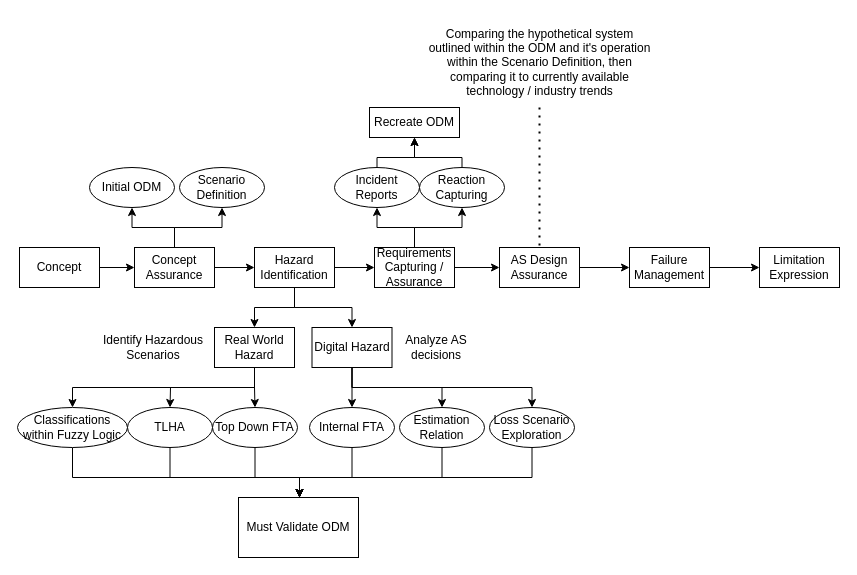
TortoiseFather/SimpleRailwaySim keeps this draw.io diagram as SACE-Rail.drawio. Above is the earlier version. Source tidied: cells renumbered, new cells numbered last; positions are measured from the earlier drawing's top-left corner, leaving out a move shared by most shapes. Both pictures are drawn from the tidied source at 100%, with x=0, y=0 at pixel (17, 17).
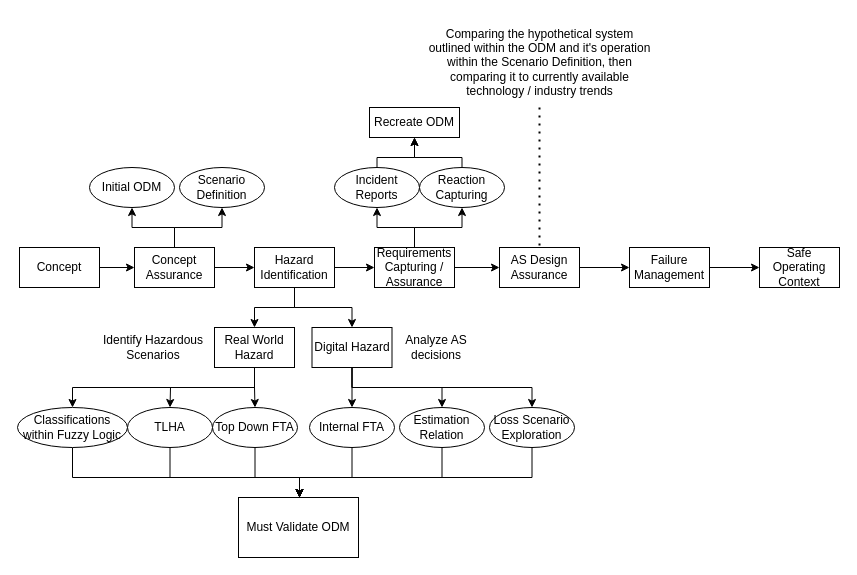
Above is the later version.

What changed in the source:
```diff
@@
-    <mxCell id="49" value="Limitation Expression" style="rounded=0;whiteSpace=wrap;html=1;" parent="1" vertex="1">
+    <mxCell id="49" value="Safe Operating Context" style="rounded=0;whiteSpace=wrap;html=1;" parent="1" vertex="1">
       <mxGeometry x="742" y="230" width="80" height="40" as="geometry" />
     </mxCell>
```
